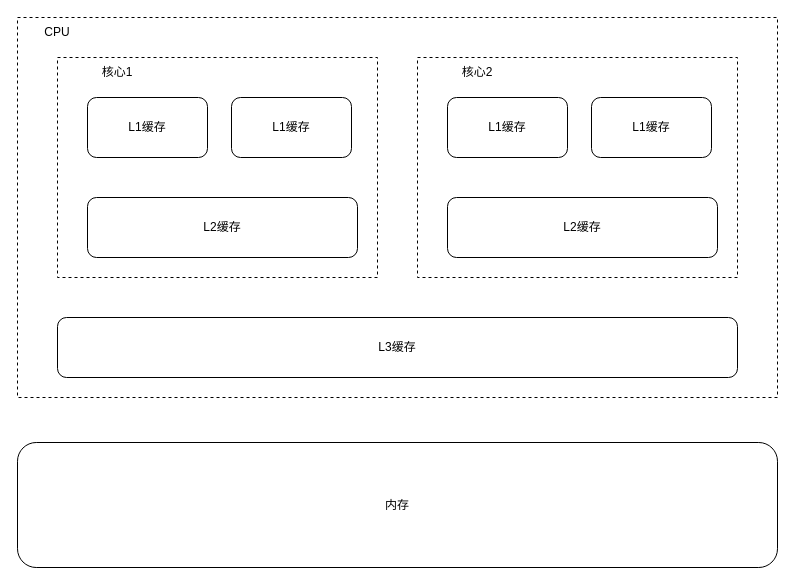
The draw.io diagram page "CPU Cache" (4 of 4) of rocketmq流程图.drawio in KamToHung/architecture, before the edit. Source tidied: cells renumbered, new cells numbered last; positions are measured from the earlier drawing's top-left corner, leaving out a move shared by most shapes. Both pictures are drawn from the tidied source at 100%, with x=0, y=0 at pixel (17, 17).
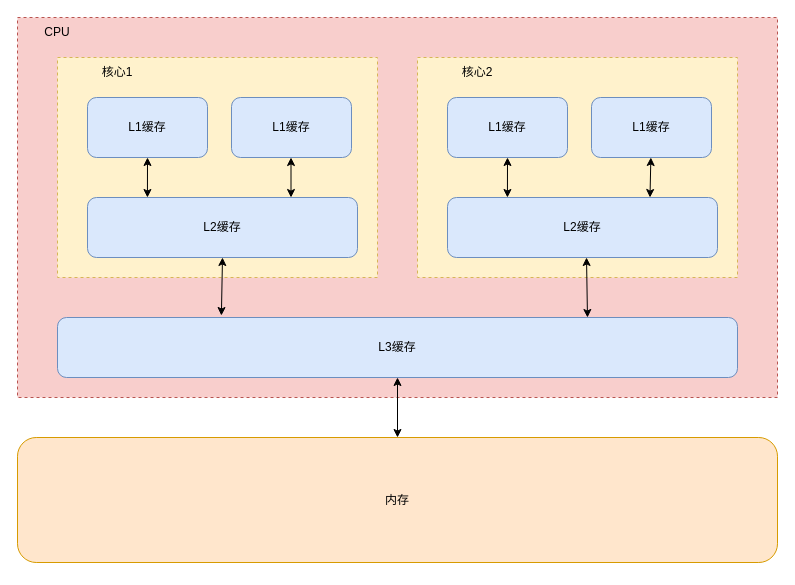
After the change.

Commit message:
更新rocketmq流程图.drawio

Change to the diagram source:
```diff
@@
+    <mxCell id="13" style="rounded=0;whiteSpace=wrap;html=1;fillColor=#f8cecc;dashed=1;strokeColor=#b85450;shadow=0;" parent="1" vertex="1">
+      <mxGeometry width="760" height="380" as="geometry" />
+    </mxCell>
-    <mxCell id="2" style="rounded=0;whiteSpace=wrap;html=1;fillColor=none;dashed=1;" parent="1" vertex="1">
+    <mxCell id="2" style="rounded=0;whiteSpace=wrap;html=1;fillColor=#fff2cc;dashed=1;strokeColor=#d6b656;shadow=0;" parent="1" vertex="1">
       <mxGeometry x="40" y="40" width="320" height="220" as="geometry" />
     </mxCell>
-    <mxCell id="3" value="L1缓存" style="rounded=1;whiteSpace=wrap;html=1;fillColor=default;" parent="1" vertex="1">
+    <mxCell id="3" value="L1缓存" style="rounded=1;whiteSpace=wrap;html=1;fillColor=#dae8fc;strokeColor=#6c8ebf;shadow=0;" parent="1" vertex="1">
       <mxGeometry x="214" y="80" width="120" height="60" as="geometry" />
     </mxCell>
-    <mxCell id="4" value="L1缓存" style="rounded=1;whiteSpace=wrap;html=1;fillColor=default;" parent="1" vertex="1">
+    <mxCell id="4" value="L1缓存" style="rounded=1;whiteSpace=wrap;html=1;fillColor=#dae8fc;strokeColor=#6c8ebf;shadow=0;" parent="1" vertex="1">
       <mxGeometry x="70" y="80" width="120" height="60" as="geometry" />
     </mxCell>
-    <mxCell id="5" value="L2缓存" style="rounded=1;whiteSpace=wrap;html=1;fillColor=default;" parent="1" vertex="1">
+    <mxCell id="5" value="L2缓存" style="rounded=1;whiteSpace=wrap;html=1;fillColor=#dae8fc;strokeColor=#6c8ebf;shadow=0;" parent="1" vertex="1">
       <mxGeometry x="70" y="180" width="270" height="60" as="geometry" />
     </mxCell>
-    <mxCell id="6" value="核心1" style="text;html=1;strokeColor=none;fillColor=none;align=center;verticalAlign=middle;whiteSpace=wrap;rounded=0;" parent="1" vertex="1">
+    <mxCell id="6" value="核心1" style="text;html=1;strokeColor=none;fillColor=none;align=center;verticalAlign=middle;whiteSpace=wrap;rounded=0;shadow=0;" parent="1" vertex="1">
       <mxGeometry x="70" y="40" width="60" height="30" as="geometry" />
     </mxCell>
-    <mxCell id="7" style="rounded=0;whiteSpace=wrap;html=1;fillColor=none;dashed=1;" parent="1" vertex="1">
+    <mxCell id="7" style="rounded=0;whiteSpace=wrap;html=1;fillColor=#fff2cc;dashed=1;strokeColor=#d6b656;shadow=0;" parent="1" vertex="1">
       <mxGeometry x="400" y="40" width="320" height="220" as="geometry" />
     </mxCell>
-    <mxCell id="8" value="L1缓存" style="rounded=1;whiteSpace=wrap;html=1;fillColor=default;" parent="1" vertex="1">
+    <mxCell id="8" value="L1缓存" style="rounded=1;whiteSpace=wrap;html=1;fillColor=#dae8fc;strokeColor=#6c8ebf;shadow=0;" parent="1" vertex="1">
       <mxGeometry x="574" y="80" width="120" height="60" as="geometry" />
     </mxCell>
-    <mxCell id="9" value="L1缓存" style="rounded=1;whiteSpace=wrap;html=1;fillColor=default;" parent="1" vertex="1">
+    <mxCell id="9" value="L1缓存" style="rounded=1;whiteSpace=wrap;html=1;fillColor=#dae8fc;strokeColor=#6c8ebf;shadow=0;" parent="1" vertex="1">
       <mxGeometry x="430" y="80" width="120" height="60" as="geometry" />
     </mxCell>
-    <mxCell id="10" value="L2缓存" style="rounded=1;whiteSpace=wrap;html=1;fillColor=default;" parent="1" vertex="1">
+    <mxCell id="10" value="L2缓存" style="rounded=1;whiteSpace=wrap;html=1;fillColor=#dae8fc;strokeColor=#6c8ebf;shadow=0;" parent="1" vertex="1">
       <mxGeometry x="430" y="180" width="270" height="60" as="geometry" />
     </mxCell>
-    <mxCell id="11" value="核心2" style="text;html=1;strokeColor=none;fillColor=none;align=center;verticalAlign=middle;whiteSpace=wrap;rounded=0;" parent="1" vertex="1">
+    <mxCell id="11" value="核心2" style="text;html=1;strokeColor=none;fillColor=none;align=center;verticalAlign=middle;whiteSpace=wrap;rounded=0;shadow=0;" parent="1" vertex="1">
       <mxGeometry x="430" y="40" width="60" height="30" as="geometry" />
     </mxCell>
-    <mxCell id="12" value="L3缓存" style="rounded=1;whiteSpace=wrap;html=1;fillColor=default;" parent="1" vertex="1">
+    <mxCell id="12" value="L3缓存" style="rounded=1;whiteSpace=wrap;html=1;fillColor=#dae8fc;strokeColor=#6c8ebf;shadow=0;" parent="1" vertex="1">
       <mxGeometry x="40" y="300" width="680" height="60" as="geometry" />
     </mxCell>
-    <mxCell id="13" style="rounded=0;whiteSpace=wrap;html=1;fillColor=none;dashed=1;" parent="1" vertex="1">
-      <mxGeometry width="760" height="380" as="geometry" />
-    </mxCell>
-    <mxCell id="14" value="CPU" style="text;html=1;strokeColor=none;fillColor=none;align=center;verticalAlign=middle;whiteSpace=wrap;rounded=0;" parent="1" vertex="1">
+    <mxCell id="14" value="CPU" style="text;html=1;strokeColor=none;fillColor=none;align=center;verticalAlign=middle;whiteSpace=wrap;rounded=0;shadow=0;" parent="1" vertex="1">
       <mxGeometry x="10" width="60" height="30" as="geometry" />
     </mxCell>
-    <mxCell id="15" value="内存" style="rounded=1;whiteSpace=wrap;html=1;fillColor=default;strokeColor=default;" parent="1" vertex="1">
-      <mxGeometry y="425" width="760" height="125" as="geometry" />
+    <mxCell id="15" value="内存" style="rounded=1;whiteSpace=wrap;html=1;fillColor=#ffe6cc;strokeColor=#d79b00;shadow=0;" parent="1" vertex="1">
+      <mxGeometry y="420" width="760" height="125" as="geometry" />
     </mxCell>
+    <mxCell id="16" style="endArrow=classic;startArrow=classic;html=1;rounded=0;exitX=0.5;exitY=0;exitDx=0;exitDy=0;entryX=0.5;entryY=1;entryDx=0;entryDy=0;shadow=0;" parent="1" edge="1" source="15" target="12">
+      <mxGeometry relative="1" as="geometry" />
+    </mxCell>
+    <mxCell id="17" style="endArrow=classic;startArrow=classic;html=1;rounded=0;entryX=0.5;entryY=1;entryDx=0;entryDy=0;exitX=0.222;exitY=0;exitDx=0;exitDy=0;exitPerimeter=0;shadow=0;" parent="1" edge="1" source="5" target="4">
+      <mxGeometry relative="1" as="geometry" />
+    </mxCell>
+    <mxCell id="18" style="endArrow=classic;startArrow=classic;html=1;rounded=0;entryX=0.5;entryY=1;entryDx=0;entryDy=0;exitX=0.222;exitY=0;exitDx=0;exitDy=0;exitPerimeter=0;shadow=0;" parent="1" edge="1">
+      <mxGeometry relative="1" as="geometry">
+        <mxPoint x="273.5" y="180" as="sourcePoint" />
+        <mxPoint x="273.5" y="140" as="targetPoint" />
+      </mxGeometry>
+    </mxCell>
+    <mxCell id="19" style="endArrow=classic;startArrow=classic;html=1;rounded=0;exitX=0.222;exitY=0;exitDx=0;exitDy=0;entryX=0.5;entryY=1;entryDx=0;entryDy=0;exitPerimeter=0;shadow=0;" parent="1" edge="1" source="10" target="9">
+      <mxGeometry relative="1" as="geometry" />
+    </mxCell>
+    <mxCell id="20" style="endArrow=classic;startArrow=classic;html=1;rounded=0;exitX=0.75;exitY=0;exitDx=0;exitDy=0;shadow=0;" parent="1" edge="1" source="10" target="8">
+      <mxGeometry relative="1" as="geometry" />
+    </mxCell>
+    <mxCell id="21" style="endArrow=classic;startArrow=classic;html=1;rounded=0;entryX=0.5;entryY=1;entryDx=0;entryDy=0;exitX=0.241;exitY=-0.033;exitDx=0;exitDy=0;exitPerimeter=0;shadow=0;" parent="1" edge="1" source="12" target="5">
+      <mxGeometry relative="1" as="geometry" />
+    </mxCell>
+    <mxCell id="22" style="endArrow=classic;startArrow=classic;html=1;rounded=0;entryX=0.5;entryY=1;entryDx=0;entryDy=0;shadow=0;" parent="1" edge="1">
+      <mxGeometry relative="1" as="geometry">
+        <mxPoint x="570" y="300" as="sourcePoint" />
+        <mxPoint x="569" y="240" as="targetPoint" />
+      </mxGeometry>
+    </mxCell>
```
